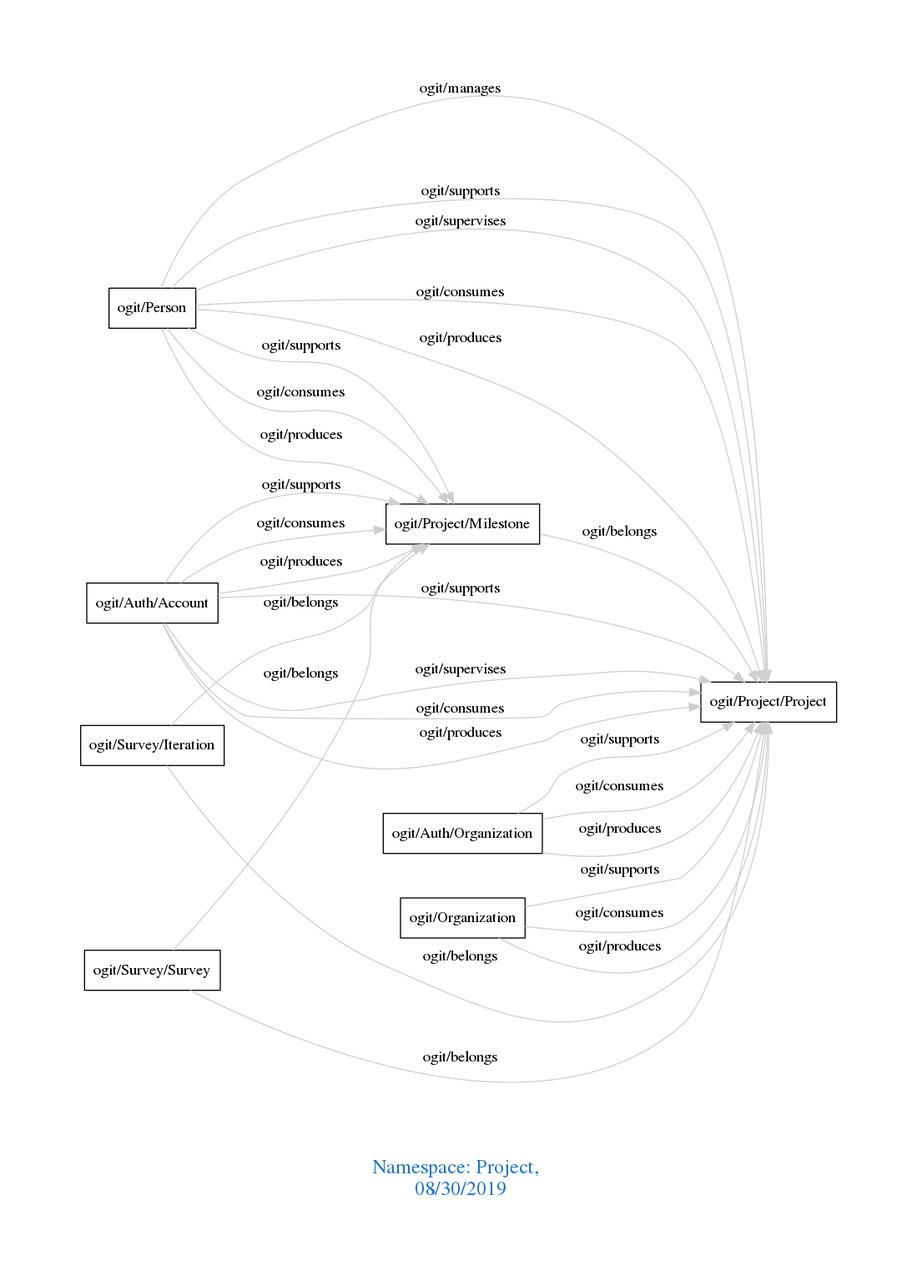
Above: downloads/Project.png in arago/OGIT (Graphviz), before the change. Its source is kept beside it as downloads/Project.dot.
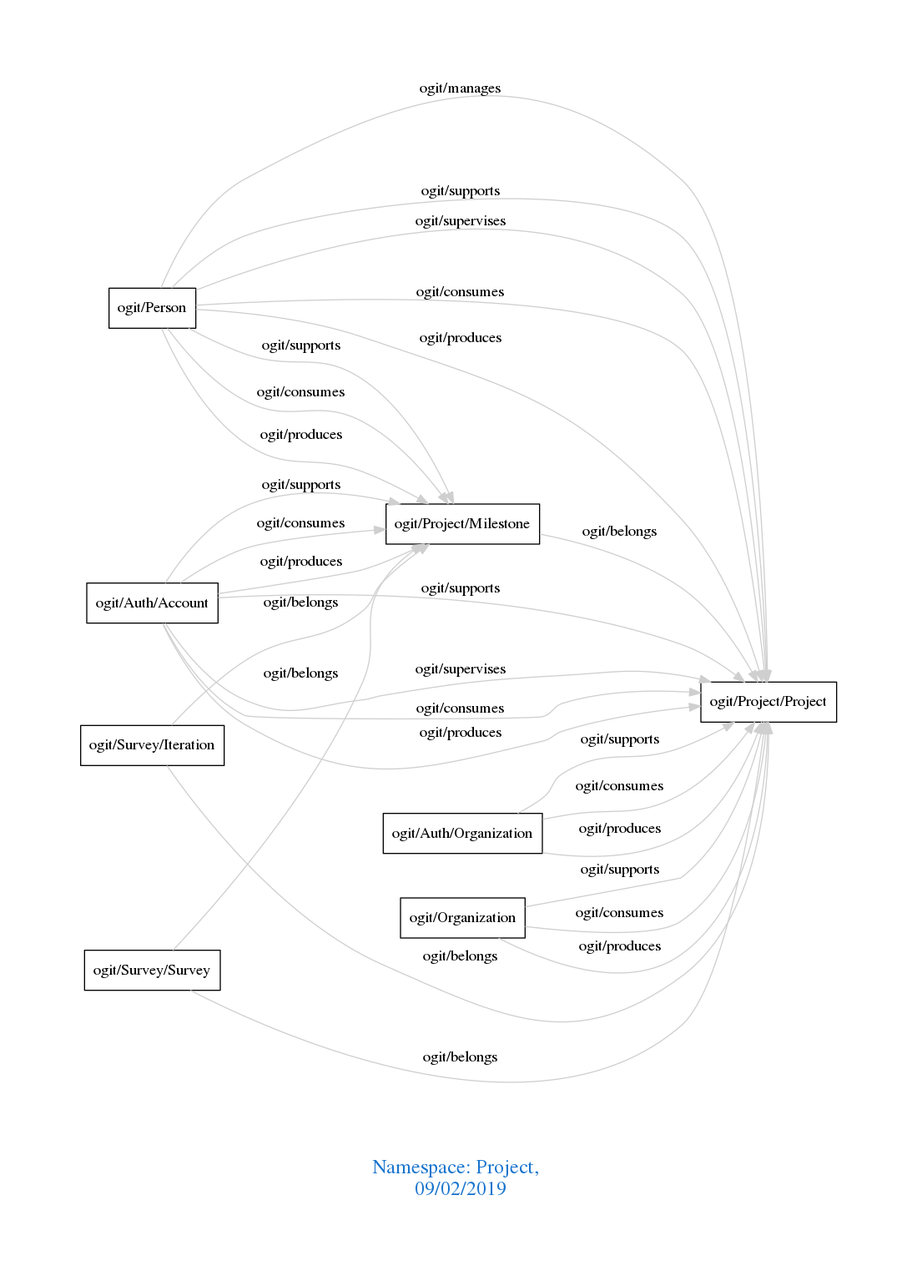
The same diagram one commit later.

What changed in the source:
```diff
@@ -1,7 +1,7 @@
 digraph OGIT_ontology {
  graph [ rankdir= LR,pad=1
 fontsize = 18,
-fontcolor= dodgerblue3,label = "\n\n\nNamespace: Project, \n 08/30/2019"];
+fontcolor= dodgerblue3,label = "\n\n\nNamespace: Project, \n 09/02/2019"];
 node[shape=polygon];
 edge [  color="gray81"];
 
```
